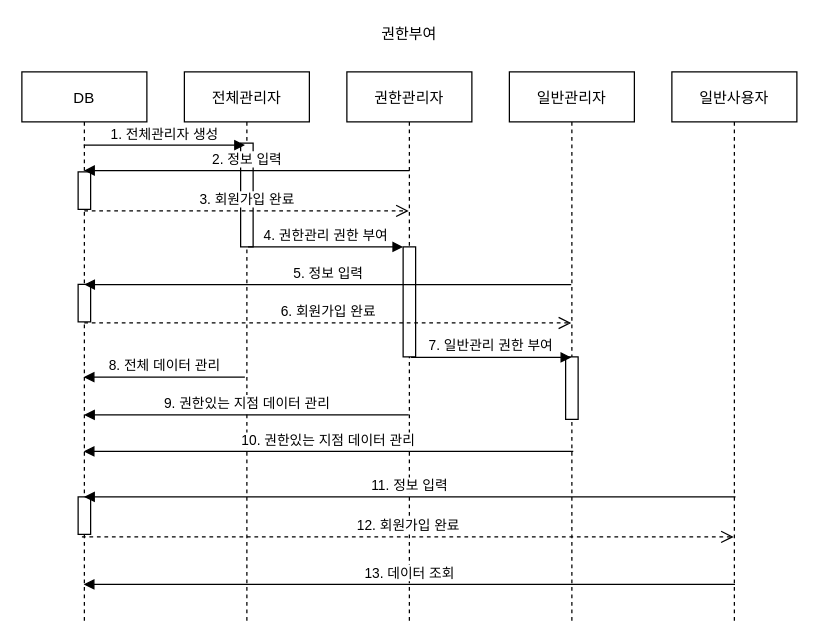
Before: Untitled Diagram.drawio in Park-byungchul/kh7semi, a draw.io diagram. Source tidied: cells renumbered, new cells numbered last; positions are measured from the earlier drawing's top-left corner, leaving out a move shared by most shapes. Both pictures are drawn from the tidied source at 125%, with x=0, y=0 at pixel (21, 21).
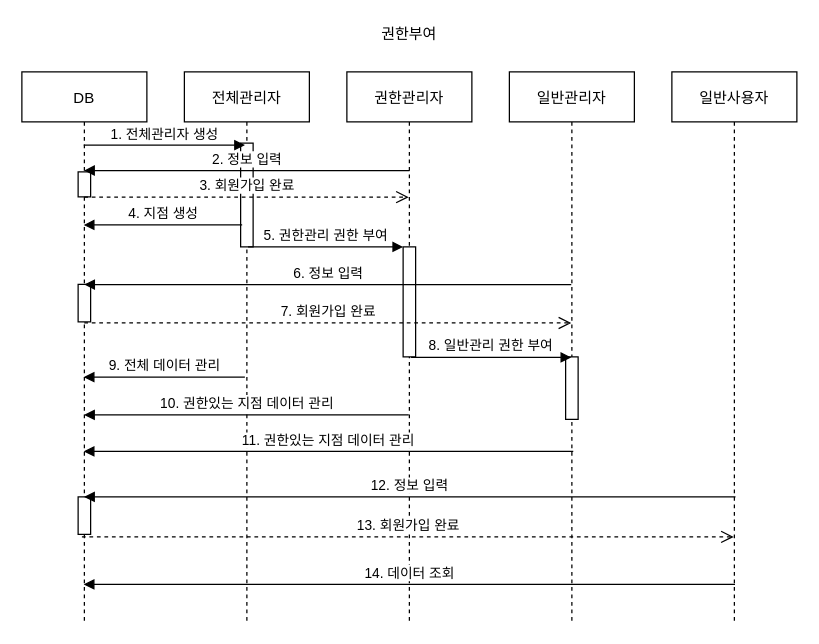
The same page after the edit.

Unchanged cells that the change refers to:
```xml
<mxCell id="2" value="일반사용자" style="shape=umlLifeline;perimeter=lifelinePerimeter;rounded=0;shadow=0;strokeWidth=1;" parent="1" vertex="1">
  <mxGeometry x="520" y="40" width="100" height="440" as="geometry" />
</mxCell>
<mxCell id="3" value="일반관리자" style="shape=umlLifeline;perimeter=lifelinePerimeter;rounded=0;shadow=0;strokeWidth=1;" parent="1" vertex="1">
  <mxGeometry x="390" y="40" width="100" height="440" as="geometry" />
</mxCell>
<mxCell id="6" value="권한관리자" style="shape=umlLifeline;perimeter=lifelinePerimeter;rounded=0;shadow=0;strokeWidth=1;" parent="1" vertex="1">
  <mxGeometry x="260" y="40" width="100" height="440" as="geometry" />
</mxCell>
<mxCell id="7" style="points=[];perimeter=orthogonalPerimeter;rounded=0;shadow=0;strokeWidth=1;" parent="6" vertex="1">
  <mxGeometry x="45" y="140" width="10" height="88" as="geometry" />
</mxCell>
<mxCell id="8" value="전체관리자" style="shape=umlLifeline;perimeter=lifelinePerimeter;rounded=0;shadow=0;strokeWidth=1;" parent="1" vertex="1">
  <mxGeometry x="130" y="40" width="100" height="440" as="geometry" />
</mxCell>
<mxCell id="9" style="points=[];perimeter=orthogonalPerimeter;rounded=0;shadow=0;strokeWidth=1;" parent="8" vertex="1">
  <mxGeometry x="45" y="57" width="10" height="83" as="geometry" />
</mxCell>
<mxCell id="10" value="DB" style="shape=umlLifeline;perimeter=lifelinePerimeter;rounded=0;shadow=0;strokeWidth=1;" parent="1" vertex="1">
  <mxGeometry y="40" width="100" height="440" as="geometry" />
</mxCell>
<mxCell id="12" style="points=[];perimeter=orthogonalPerimeter;rounded=0;shadow=0;strokeWidth=1;" parent="1" vertex="1">
  <mxGeometry x="45" y="210" width="10" height="30" as="geometry" />
</mxCell>
<mxCell id="13" style="points=[];perimeter=orthogonalPerimeter;rounded=0;shadow=0;strokeWidth=1;" parent="1" vertex="1">
  <mxGeometry x="45" y="380" width="10" height="30" as="geometry" />
</mxCell>
```

What changed in the source:
```diff
@@
     <mxCell id="11" style="points=[];perimeter=orthogonalPerimeter;rounded=0;shadow=0;strokeWidth=1;" parent="10" vertex="1">
-      <mxGeometry x="45" y="80" width="10" height="30" as="geometry" />
+      <mxGeometry x="45" y="80" width="10" height="20" as="geometry" />
     </mxCell>
@@
-    <mxCell id="14" value="3. 회원가입 완료" style="html=1;verticalAlign=bottom;endArrow=open;dashed=1;endSize=8;exitX=0.491;exitY=1.041;exitDx=0;exitDy=0;exitPerimeter=0;" parent="1" edge="1" source="11" target="6">
-      <mxGeometry relative="1" as="geometry" />
+    <mxCell id="14" value="3. 회원가입 완료" style="html=1;verticalAlign=bottom;endArrow=open;dashed=1;endSize=8;exitX=0.491;exitY=1.041;exitDx=0;exitDy=0;exitPerimeter=0;" parent="1" edge="1">
+      <mxGeometry relative="1" as="geometry">
+        <mxPoint x="49.9" y="140.2" as="sourcePoint" />
+        <mxPoint x="309.5" y="140.2" as="targetPoint" />
+      </mxGeometry>
     </mxCell>
@@
-    <mxCell id="17" value="4. 권한관리 권한 부여" style="html=1;verticalAlign=bottom;endArrow=block;exitX=0.595;exitY=1.001;exitDx=0;exitDy=0;exitPerimeter=0;" parent="1" edge="1" source="9" target="7">
+    <mxCell id="17" value="5. 권한관리 권한 부여" style="html=1;verticalAlign=bottom;endArrow=block;exitX=0.595;exitY=1.001;exitDx=0;exitDy=0;exitPerimeter=0;" parent="1" edge="1" source="9" target="7">
       <mxGeometry relative="1" as="geometry" />
     </mxCell>
-    <mxCell id="18" value="5. 정보 입력" style="html=1;verticalAlign=bottom;endArrow=block;entryX=0.491;entryY=0.005;entryDx=0;entryDy=0;entryPerimeter=0;" parent="1" edge="1" source="3" target="12">
+    <mxCell id="18" value="6. 정보 입력" style="html=1;verticalAlign=bottom;endArrow=block;entryX=0.491;entryY=0.005;entryDx=0;entryDy=0;entryPerimeter=0;" parent="1" edge="1" source="3" target="12">
       <mxGeometry relative="1" as="geometry" />
     </mxCell>
-    <mxCell id="19" value="6. 회원가입 완료" style="html=1;verticalAlign=bottom;endArrow=open;dashed=1;endSize=8;exitX=0.491;exitY=1.029;exitDx=0;exitDy=0;exitPerimeter=0;" parent="1" edge="1" source="12" target="3">
+    <mxCell id="19" value="7. 회원가입 완료" style="html=1;verticalAlign=bottom;endArrow=open;dashed=1;endSize=8;exitX=0.491;exitY=1.029;exitDx=0;exitDy=0;exitPerimeter=0;" parent="1" edge="1" source="12" target="3">
       <mxGeometry relative="1" as="geometry" />
     </mxCell>
-    <mxCell id="20" value="7. 일반관리 권한 부여" style="html=1;verticalAlign=bottom;endArrow=block;exitX=0.636;exitY=1.005;exitDx=0;exitDy=0;exitPerimeter=0;" parent="1" edge="1" source="7" target="3">
+    <mxCell id="20" value="8. 일반관리 권한 부여" style="html=1;verticalAlign=bottom;endArrow=block;exitX=0.636;exitY=1.005;exitDx=0;exitDy=0;exitPerimeter=0;" parent="1" edge="1" source="7" target="3">
       <mxGeometry relative="1" as="geometry" />
     </mxCell>
-    <mxCell id="21" value="8. 전체 데이터 관리" style="html=1;verticalAlign=bottom;endArrow=block;exitX=0.484;exitY=0.555;exitDx=0;exitDy=0;exitPerimeter=0;" parent="1" edge="1" source="8" target="10">
+    <mxCell id="21" value="9. 전체 데이터 관리" style="html=1;verticalAlign=bottom;endArrow=block;exitX=0.484;exitY=0.555;exitDx=0;exitDy=0;exitPerimeter=0;" parent="1" edge="1" source="8" target="10">
       <mxGeometry relative="1" as="geometry" />
     </mxCell>
-    <mxCell id="22" value="9. 권한있는 지점 데이터 관리" style="html=1;verticalAlign=bottom;endArrow=block;exitX=0.495;exitY=0.61;exitDx=0;exitDy=0;exitPerimeter=0;" parent="1" edge="1">
+    <mxCell id="22" value="10. 권한있는 지점 데이터 관리" style="html=1;verticalAlign=bottom;endArrow=block;exitX=0.495;exitY=0.61;exitDx=0;exitDy=0;exitPerimeter=0;" parent="1" edge="1">
       <mxGeometry relative="1" as="geometry">
         <mxPoint x="309.5" y="314.4" as="sourcePoint" />
         <mxPoint x="49.8" y="314.4" as="targetPoint" />
       </mxGeometry>
     </mxCell>
-    <mxCell id="23" value="10. 권한있는 지점 데이터 관리" style="html=1;verticalAlign=bottom;endArrow=block;exitX=0.511;exitY=0.69;exitDx=0;exitDy=0;exitPerimeter=0;" parent="1" edge="1" source="3" target="10">
+    <mxCell id="23" value="11. 권한있는 지점 데이터 관리" style="html=1;verticalAlign=bottom;endArrow=block;exitX=0.511;exitY=0.69;exitDx=0;exitDy=0;exitPerimeter=0;" parent="1" edge="1" source="3" target="10">
       <mxGeometry relative="1" as="geometry" />
     </mxCell>
-    <mxCell id="24" value="11. 정보 입력" style="html=1;verticalAlign=bottom;endArrow=block;exitX=0.509;exitY=0.784;exitDx=0;exitDy=0;exitPerimeter=0;" parent="1" edge="1">
+    <mxCell id="24" value="12. 정보 입력" style="html=1;verticalAlign=bottom;endArrow=block;exitX=0.509;exitY=0.784;exitDx=0;exitDy=0;exitPerimeter=0;" parent="1" edge="1">
       <mxGeometry relative="1" as="geometry">
         <mxPoint x="570.9" y="380" as="sourcePoint" />
         <mxPoint x="49.8" y="380" as="targetPoint" />
       </mxGeometry>
     </mxCell>
-    <mxCell id="25" value="12. 회원가입 완료" style="html=1;verticalAlign=bottom;endArrow=open;dashed=1;endSize=8;exitX=0.303;exitY=1.068;exitDx=0;exitDy=0;exitPerimeter=0;" parent="1" edge="1" source="13" target="2">
+    <mxCell id="25" value="13. 회원가입 완료" style="html=1;verticalAlign=bottom;endArrow=open;dashed=1;endSize=8;exitX=0.303;exitY=1.068;exitDx=0;exitDy=0;exitPerimeter=0;" parent="1" edge="1" source="13" target="2">
       <mxGeometry relative="1" as="geometry" />
     </mxCell>
-    <mxCell id="26" value="13. 데이터 조회" style="html=1;verticalAlign=bottom;endArrow=block;exitX=0.509;exitY=0.784;exitDx=0;exitDy=0;exitPerimeter=0;" parent="1" edge="1">
+    <mxCell id="26" value="14. 데이터 조회" style="html=1;verticalAlign=bottom;endArrow=block;exitX=0.509;exitY=0.784;exitDx=0;exitDy=0;exitPerimeter=0;" parent="1" edge="1">
       <mxGeometry relative="1" as="geometry">
         <mxPoint x="570.5" y="450" as="sourcePoint" />
         <mxPoint x="49.5" y="450" as="targetPoint" />
       </mxGeometry>
     </mxCell>
+    <mxCell id="27" value="4. 지점 생성" style="html=1;verticalAlign=bottom;endArrow=block;exitX=0.122;exitY=0.789;exitDx=0;exitDy=0;exitPerimeter=0;" parent="1" edge="1" source="9" target="10">
+      <mxGeometry relative="1" as="geometry" />
+    </mxCell>
```
